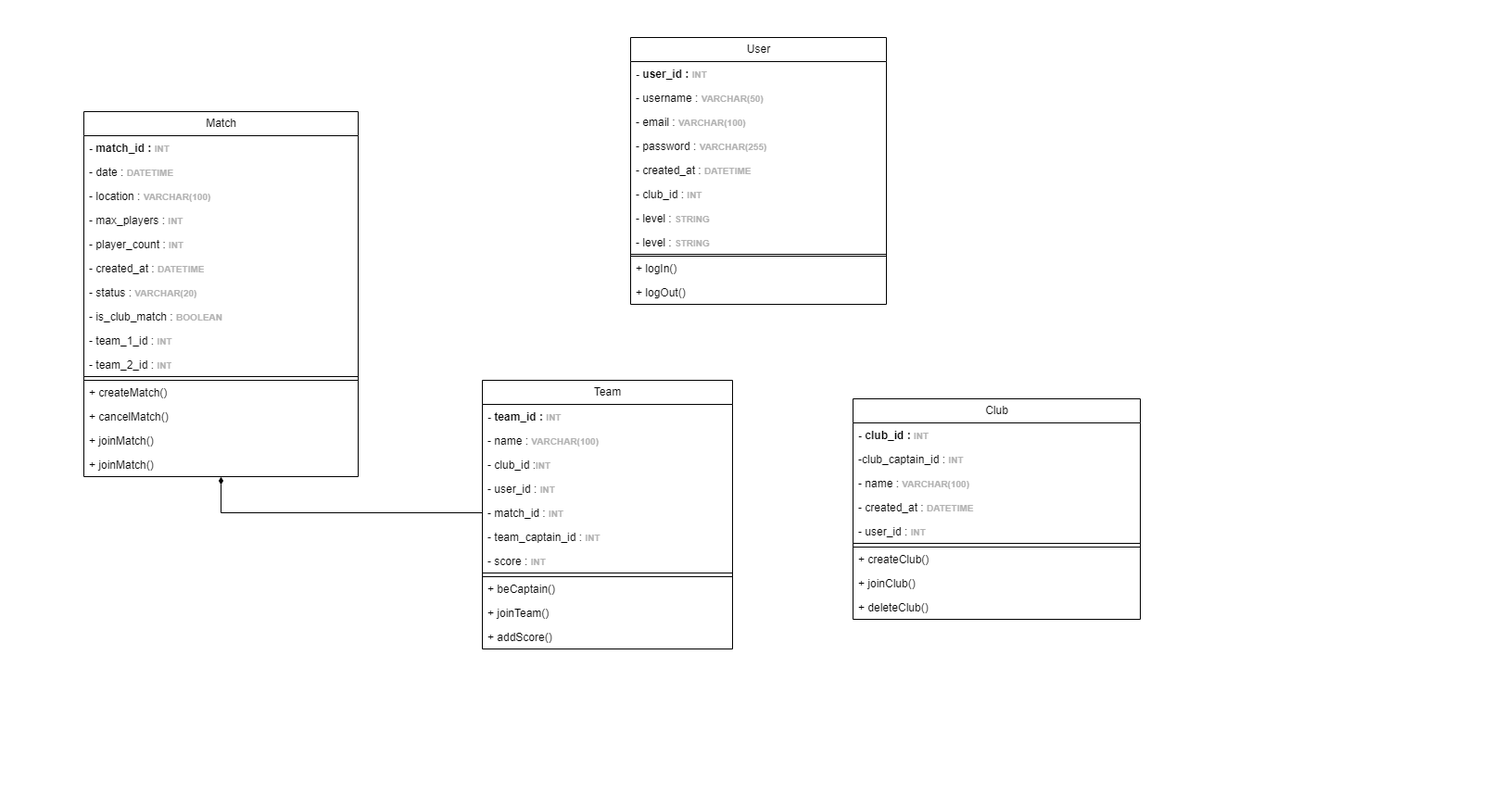
The draw.io diagram UML Classes.drawio.png in Mathistrg/Styx, before a commit. Source tidied: cells renumbered, new cells last; positions are measured from the earlier drawing's top-left corner, leaving out a move shared by most shapes.
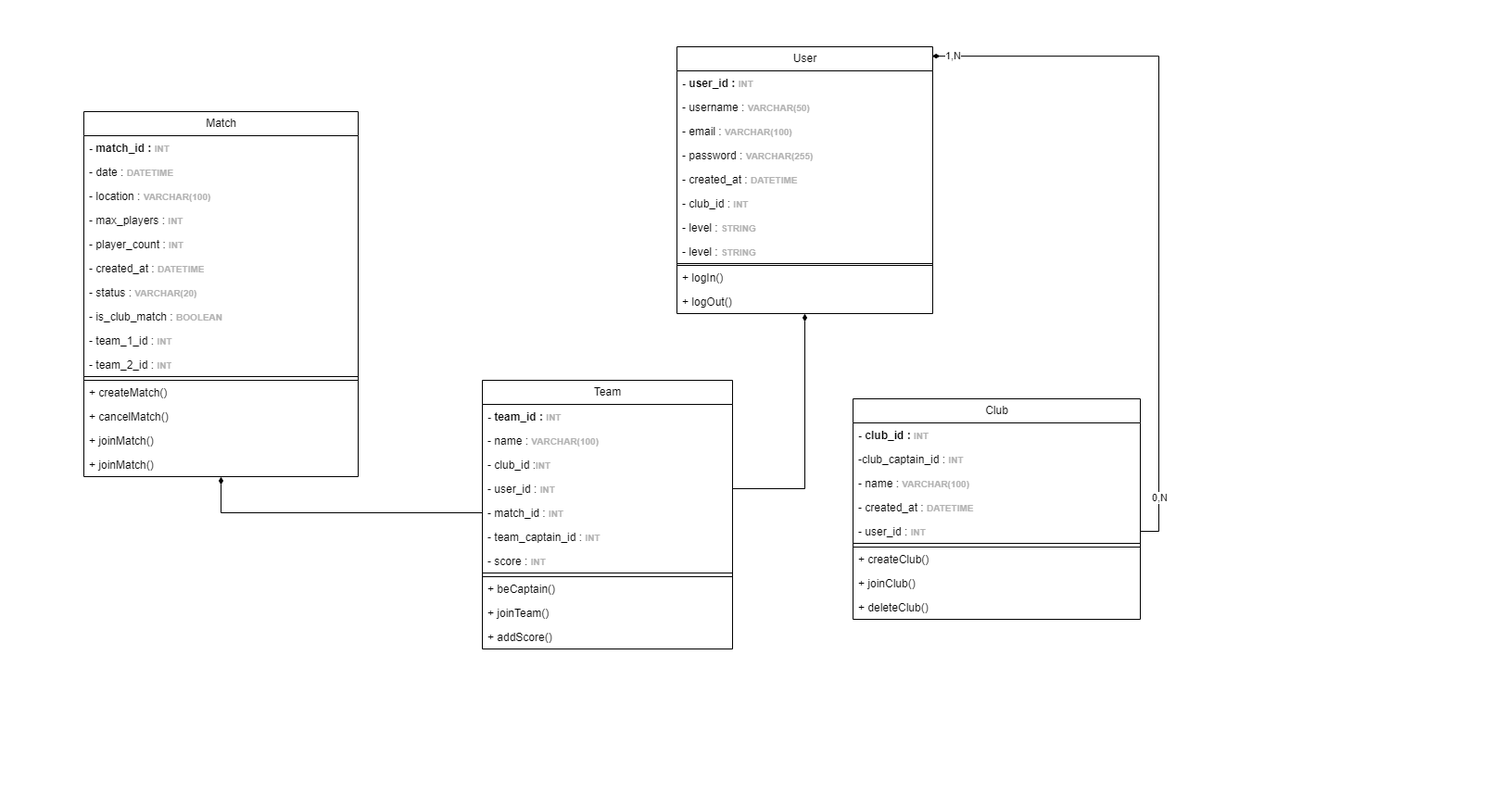
Above is the later version.

Commit message:
Mettre à jour UML Classes.drawio.png

The edit, as a diff of the source:
```diff
@@ -6,7 +6,7 @@
       <mxGeometry width="1610" height="870" as="geometry" />
     </mxCell>
     <mxCell id="3" value="User" style="swimlane;fontStyle=0;horizontal=1;startSize=26;fillColor=none;html=1;" parent="1" vertex="1">
-      <mxGeometry x="680" y="40" width="276" height="288" as="geometry" />
+      <mxGeometry x="730" y="50" width="276" height="288" as="geometry" />
     </mxCell>
     <mxCell id="4" value="&lt;b&gt;- user_id&lt;span style=&quot;white-space: pre;&quot;&gt;&#9;&lt;/span&gt;:&amp;nbsp;&lt;font style=&quot;font-size: 10px; color: rgb(179, 179, 179);&quot;&gt;INT&amp;nbsp;&lt;/font&gt;&lt;/b&gt;" style="text;strokeColor=none;fillColor=none;align=left;verticalAlign=top;spacingLeft=4;spacingRight=4;overflow=hidden;whiteSpace=wrap;html=1;" parent="3" vertex="1">
       <mxGeometry y="26" width="276" height="26" as="geometry" />
@@ -158,5 +158,22 @@
     <mxCell id="53" style="edgeStyle=orthogonalEdgeStyle;rounded=0;jettySize=auto;html=1;endArrow=diamondThin;endFill=1;strokeWidth=1;" parent="1" edge="1" source="46" target="15">
       <mxGeometry relative="1" as="geometry" />
     </mxCell>
+    <mxCell id="54" style="edgeStyle=orthogonalEdgeStyle;rounded=0;jettySize=auto;html=1;entryX=0.5;entryY=1;entryDx=0;entryDy=0;endArrow=diamondThin;endFill=1;" parent="1" edge="1" source="45" target="3">
+      <mxGeometry relative="1" as="geometry" />
+    </mxCell>
+    <mxCell id="55" style="edgeStyle=orthogonalEdgeStyle;rounded=0;jettySize=auto;html=1;entryX=0.997;entryY=0.035;entryDx=0;entryDy=0;entryPerimeter=0;endArrow=diamondThin;endFill=1;" parent="1" edge="1" source="36" target="3">
+      <mxGeometry relative="1" as="geometry">
+        <Array as="points">
+          <mxPoint x="1250" y="573" />
+          <mxPoint x="1250" y="60" />
+        </Array>
+      </mxGeometry>
+    </mxCell>
+    <mxCell id="56" value="0,N" style="edgeLabel;html=1;align=center;verticalAlign=middle;" parent="55" vertex="1">
+      <mxGeometry x="-0.85" y="-1" relative="1" as="geometry" />
+    </mxCell>
+    <mxCell id="57" value="1,N" style="edgeLabel;html=1;align=center;verticalAlign=middle;" parent="55" vertex="1">
+      <mxGeometry x="0.94" relative="1" as="geometry" />
+    </mxCell>
   </root>
 </mxGraphModel>
```
